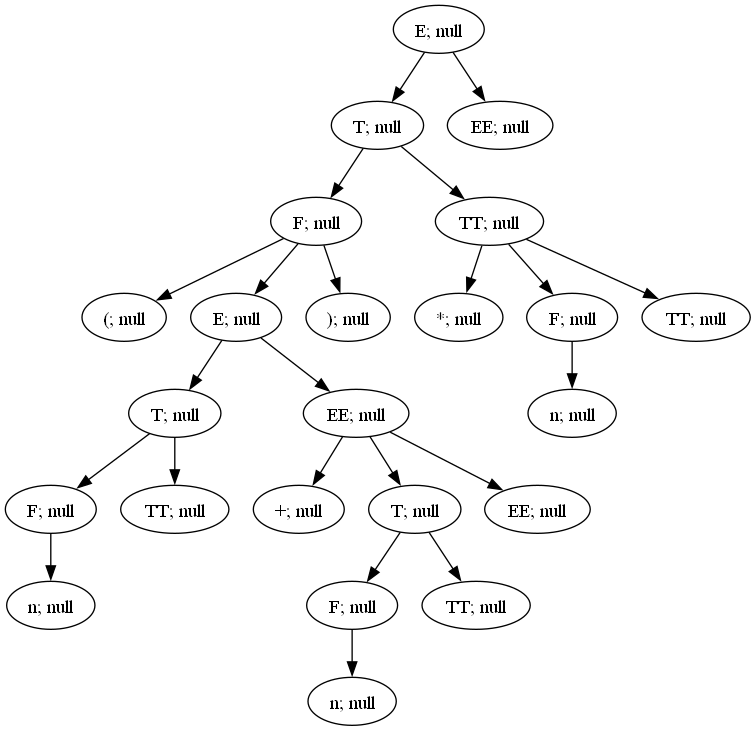
This is lab4/graphA2.png from Ultimatereo/MT, a Graphviz export, as it was before one commit. Its source is kept beside it as lab4/graphA2.dot.
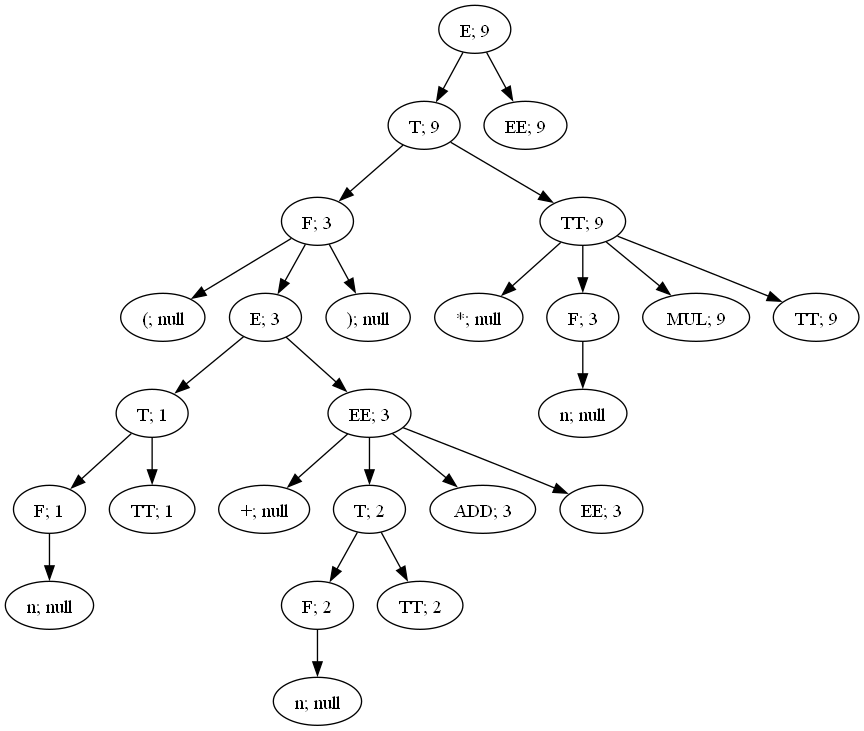
Above is the later version.

Change to the diagram source:
```diff
@@ -1,69 +1,75 @@
 digraph ParserResult {
-"NonTerminal[name=E]_39" [label="E; null"]
-"NonTerminal[name=T]_37" [label="T; null"]
-"NonTerminal[name=E]_39"->"NonTerminal[name=T]_37";
-"NonTerminal[name=T]_37" [label="T; null"]
-"NonTerminal[name=F]_31" [label="F; null"]
-"NonTerminal[name=T]_37"->"NonTerminal[name=F]_31";
-"NonTerminal[name=F]_31" [label="F; null"]
-"Token{name='(', value='('}_17" [label="(; null"]
-"NonTerminal[name=F]_31"->"Token{name='(', value='('}_17";
-"Token{name='(', value='('}_17" [label="(; null"]
-"NonTerminal[name=E]_29" [label="E; null"]
-"NonTerminal[name=F]_31"->"NonTerminal[name=E]_29";
-"NonTerminal[name=E]_29" [label="E; null"]
-"NonTerminal[name=T]_21" [label="T; null"]
-"NonTerminal[name=E]_29"->"NonTerminal[name=T]_21";
-"NonTerminal[name=T]_21" [label="T; null"]
-"NonTerminal[name=F]_19" [label="F; null"]
-"NonTerminal[name=T]_21"->"NonTerminal[name=F]_19";
-"NonTerminal[name=F]_19" [label="F; null"]
-"Token{name='n', value='1'}_18" [label="n; null"]
-"NonTerminal[name=F]_19"->"Token{name='n', value='1'}_18";
-"Token{name='n', value='1'}_18" [label="n; null"]
-"NonTerminal[name=TT]_20" [label="TT; null"]
-"NonTerminal[name=T]_21"->"NonTerminal[name=TT]_20";
-"NonTerminal[name=TT]_20" [label="TT; null"]
-"NonTerminal[name=EE]_28" [label="EE; null"]
-"NonTerminal[name=E]_29"->"NonTerminal[name=EE]_28";
-"NonTerminal[name=EE]_28" [label="EE; null"]
-"Token{name='+', value='+'}_22" [label="+; null"]
-"NonTerminal[name=EE]_28"->"Token{name='+', value='+'}_22";
-"Token{name='+', value='+'}_22" [label="+; null"]
-"NonTerminal[name=T]_26" [label="T; null"]
-"NonTerminal[name=EE]_28"->"NonTerminal[name=T]_26";
-"NonTerminal[name=T]_26" [label="T; null"]
-"NonTerminal[name=F]_24" [label="F; null"]
-"NonTerminal[name=T]_26"->"NonTerminal[name=F]_24";
-"NonTerminal[name=F]_24" [label="F; null"]
-"Token{name='n', value='2'}_23" [label="n; null"]
-"NonTerminal[name=F]_24"->"Token{name='n', value='2'}_23";
-"Token{name='n', value='2'}_23" [label="n; null"]
-"NonTerminal[name=TT]_25" [label="TT; null"]
-"NonTerminal[name=T]_26"->"NonTerminal[name=TT]_25";
-"NonTerminal[name=TT]_25" [label="TT; null"]
-"NonTerminal[name=EE]_27" [label="EE; null"]
-"NonTerminal[name=EE]_28"->"NonTerminal[name=EE]_27";
-"NonTerminal[name=EE]_27" [label="EE; null"]
-"Token{name=')', value=')'}_30" [label="); null"]
-"NonTerminal[name=F]_31"->"Token{name=')', value=')'}_30";
-"Token{name=')', value=')'}_30" [label="); null"]
-"NonTerminal[name=TT]_36" [label="TT; null"]
-"NonTerminal[name=T]_37"->"NonTerminal[name=TT]_36";
-"NonTerminal[name=TT]_36" [label="TT; null"]
-"Token{name='*', value='*'}_32" [label="*; null"]
-"NonTerminal[name=TT]_36"->"Token{name='*', value='*'}_32";
-"Token{name='*', value='*'}_32" [label="*; null"]
-"NonTerminal[name=F]_34" [label="F; null"]
-"NonTerminal[name=TT]_36"->"NonTerminal[name=F]_34";
-"NonTerminal[name=F]_34" [label="F; null"]
-"Token{name='n', value='3'}_33" [label="n; null"]
-"NonTerminal[name=F]_34"->"Token{name='n', value='3'}_33";
-"Token{name='n', value='3'}_33" [label="n; null"]
-"NonTerminal[name=TT]_35" [label="TT; null"]
-"NonTerminal[name=TT]_36"->"NonTerminal[name=TT]_35";
-"NonTerminal[name=TT]_35" [label="TT; null"]
-"NonTerminal[name=EE]_38" [label="EE; null"]
-"NonTerminal[name=E]_39"->"NonTerminal[name=EE]_38";
-"NonTerminal[name=EE]_38" [label="EE; null"]
+"NonTerminal[name=E]_42" [label="E; 9"]
+"NonTerminal[name=T]_40" [label="T; 9"]
+"NonTerminal[name=E]_42"->"NonTerminal[name=T]_40";
+"NonTerminal[name=T]_40" [label="T; 9"]
+"NonTerminal[name=F]_33" [label="F; 3"]
+"NonTerminal[name=T]_40"->"NonTerminal[name=F]_33";
+"NonTerminal[name=F]_33" [label="F; 3"]
+"Token{name='(', value='('}_18" [label="(; null"]
+"NonTerminal[name=F]_33"->"Token{name='(', value='('}_18";
+"Token{name='(', value='('}_18" [label="(; null"]
+"NonTerminal[name=E]_31" [label="E; 3"]
+"NonTerminal[name=F]_33"->"NonTerminal[name=E]_31";
+"NonTerminal[name=E]_31" [label="E; 3"]
+"NonTerminal[name=T]_22" [label="T; 1"]
+"NonTerminal[name=E]_31"->"NonTerminal[name=T]_22";
+"NonTerminal[name=T]_22" [label="T; 1"]
+"NonTerminal[name=F]_20" [label="F; 1"]
+"NonTerminal[name=T]_22"->"NonTerminal[name=F]_20";
+"NonTerminal[name=F]_20" [label="F; 1"]
+"Token{name='n', value='1'}_19" [label="n; null"]
+"NonTerminal[name=F]_20"->"Token{name='n', value='1'}_19";
+"Token{name='n', value='1'}_19" [label="n; null"]
+"NonTerminal[name=TT]_21" [label="TT; 1"]
+"NonTerminal[name=T]_22"->"NonTerminal[name=TT]_21";
+"NonTerminal[name=TT]_21" [label="TT; 1"]
+"NonTerminal[name=EE]_30" [label="EE; 3"]
+"NonTerminal[name=E]_31"->"NonTerminal[name=EE]_30";
+"NonTerminal[name=EE]_30" [label="EE; 3"]
+"Token{name='+', value='+'}_23" [label="+; null"]
+"NonTerminal[name=EE]_30"->"Token{name='+', value='+'}_23";
+"Token{name='+', value='+'}_23" [label="+; null"]
+"NonTerminal[name=T]_27" [label="T; 2"]
+"NonTerminal[name=EE]_30"->"NonTerminal[name=T]_27";
+"NonTerminal[name=T]_27" [label="T; 2"]
+"NonTerminal[name=F]_25" [label="F; 2"]
+"NonTerminal[name=T]_27"->"NonTerminal[name=F]_25";
+"NonTerminal[name=F]_25" [label="F; 2"]
+"Token{name='n', value='2'}_24" [label="n; null"]
+"NonTerminal[name=F]_25"->"Token{name='n', value='2'}_24";
+"Token{name='n', value='2'}_24" [label="n; null"]
+"NonTerminal[name=TT]_26" [label="TT; 2"]
+"NonTerminal[name=T]_27"->"NonTerminal[name=TT]_26";
+"NonTerminal[name=TT]_26" [label="TT; 2"]
+"NonTerminal[name=ADD]_28" [label="ADD; 3"]
+"NonTerminal[name=EE]_30"->"NonTerminal[name=ADD]_28";
+"NonTerminal[name=ADD]_28" [label="ADD; 3"]
+"NonTerminal[name=EE]_29" [label="EE; 3"]
+"NonTerminal[name=EE]_30"->"NonTerminal[name=EE]_29";
+"NonTerminal[name=EE]_29" [label="EE; 3"]
+"Token{name=')', value=')'}_32" [label="); null"]
+"NonTerminal[name=F]_33"->"Token{name=')', value=')'}_32";
+"Token{name=')', value=')'}_32" [label="); null"]
+"NonTerminal[name=TT]_39" [label="TT; 9"]
+"NonTerminal[name=T]_40"->"NonTerminal[name=TT]_39";
+"NonTerminal[name=TT]_39" [label="TT; 9"]
+"Token{name='*', value='*'}_34" [label="*; null"]
+"NonTerminal[name=TT]_39"->"Token{name='*', value='*'}_34";
+"Token{name='*', value='*'}_34" [label="*; null"]
+"NonTerminal[name=F]_36" [label="F; 3"]
+"NonTerminal[name=TT]_39"->"NonTerminal[name=F]_36";
+"NonTerminal[name=F]_36" [label="F; 3"]
+"Token{name='n', value='3'}_35" [label="n; null"]
+"NonTerminal[name=F]_36"->"Token{name='n', value='3'}_35";
+"Token{name='n', value='3'}_35" [label="n; null"]
+"NonTerminal[name=MUL]_37" [label="MUL; 9"]
+"NonTerminal[name=TT]_39"->"NonTerminal[name=MUL]_37";
+"NonTerminal[name=MUL]_37" [label="MUL; 9"]
+"NonTerminal[name=TT]_38" [label="TT; 9"]
+"NonTerminal[name=TT]_39"->"NonTerminal[name=TT]_38";
+"NonTerminal[name=TT]_38" [label="TT; 9"]
+"NonTerminal[name=EE]_41" [label="EE; 9"]
+"NonTerminal[name=E]_42"->"NonTerminal[name=EE]_41";
+"NonTerminal[name=EE]_41" [label="EE; 9"]
 }
```
